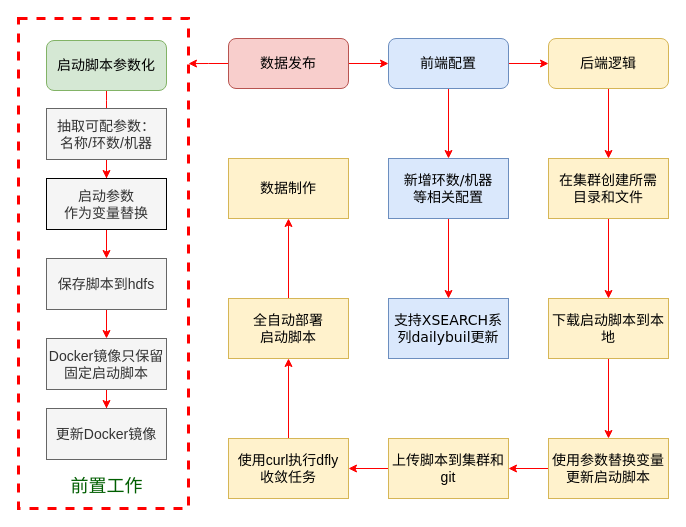
Mengqi777/drawioproject keeps this draw.io diagram as ozone/databuildframeworkDiagram.drawio. Above is the earlier version. Source tidied: cells renumbered, new cells numbered last; positions are measured from the earlier drawing's top-left corner, leaving out a move shared by most shapes. Both pictures are drawn from the tidied source at 100%, with x=0, y=0 at pixel (18, 18).
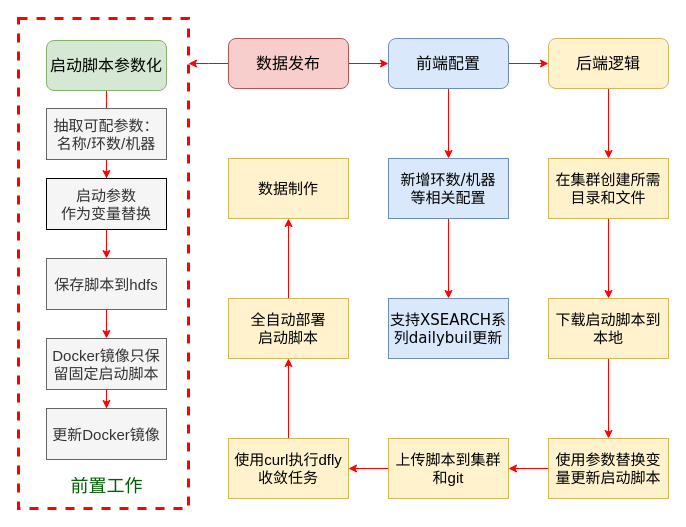
The same diagram, later.

Diff of the diagram source:
```diff
@@
-<mxGraphModel background="#ffffff">
+<mxGraphModel>
@@
-    <mxCell id="2" style="rounded=0;whiteSpace=wrap;html=1;fillColor=none;strokeColor=#FF0000;dashed=1;strokeWidth=3;fontSize=14;" parent="1" vertex="1">
+    <mxCell id="2" style="rounded=0;whiteSpace=wrap;html=1;fillColor=none;strokeColor=#FF0000;dashed=1;strokeWidth=3;fontSize=16;" parent="1" vertex="1">
       <mxGeometry width="170" height="490" as="geometry" />
     </mxCell>
-    <mxCell id="3" style="edgeStyle=orthogonalEdgeStyle;rounded=1;html=1;labelBackgroundColor=none;startArrow=none;startFill=0;startSize=5;endArrow=classicThin;endFill=1;endSize=5;jettySize=auto;strokeWidth=1;fontFamily=Verdana;fontSize=14;strokeColor=#FF0000;" parent="1" edge="1" source="4">
+    <mxCell id="3" style="edgeStyle=orthogonalEdgeStyle;rounded=1;html=1;labelBackgroundColor=none;startArrow=none;startFill=0;startSize=5;endArrow=classicThin;endFill=1;endSize=5;jettySize=auto;strokeWidth=1;fontFamily=Verdana;fontSize=16;strokeColor=#FF0000;" parent="1" edge="1" source="4">
       <mxGeometry relative="1" as="geometry">
         <mxPoint x="88" y="90" as="targetPoint" />
       </mxGeometry>
     </mxCell>
-    <mxCell id="4" value="启动脚本参数化" style="rounded=1;whiteSpace=wrap;html=1;shadow=0;labelBackgroundColor=none;strokeWidth=1;fontFamily=Verdana;fontSize=14;align=center;fillColor=#d5e8d4;strokeColor=#82b366;" parent="1" vertex="1">
+    <mxCell id="4" value="启动脚本参数化" style="rounded=1;whiteSpace=wrap;html=1;shadow=0;labelBackgroundColor=none;strokeWidth=1;fontFamily=Verdana;fontSize=16;align=center;fillColor=#d5e8d4;strokeColor=#82b366;" parent="1" vertex="1">
       <mxGeometry x="28" y="22" width="120" height="50" as="geometry" />
     </mxCell>
-    <mxCell id="5" style="edgeStyle=orthogonalEdgeStyle;rounded=0;jettySize=auto;html=1;exitX=1;exitY=0.5;exitDx=0;exitDy=0;entryX=0;entryY=0.5;entryDx=0;entryDy=0;fontSize=14;strokeColor=#FF0000;" parent="1" edge="1" source="7" target="10">
+    <mxCell id="5" style="edgeStyle=orthogonalEdgeStyle;rounded=0;jettySize=auto;html=1;exitX=1;exitY=0.5;exitDx=0;exitDy=0;entryX=0;entryY=0.5;entryDx=0;entryDy=0;fontSize=16;strokeColor=#FF0000;" parent="1" edge="1" source="7" target="10">
       <mxGeometry relative="1" as="geometry" />
     </mxCell>
-    <mxCell id="6" style="edgeStyle=orthogonalEdgeStyle;rounded=0;jettySize=auto;html=1;exitX=0;exitY=0.5;exitDx=0;exitDy=0;entryX=1;entryY=0.092;entryDx=0;entryDy=0;entryPerimeter=0;fontSize=18;strokeColor=#FF0000;" parent="1" edge="1" source="7" target="2">
+    <mxCell id="6" style="edgeStyle=orthogonalEdgeStyle;rounded=0;jettySize=auto;html=1;exitX=0;exitY=0.5;exitDx=0;exitDy=0;entryX=1;entryY=0.092;entryDx=0;entryDy=0;entryPerimeter=0;fontSize=16;strokeColor=#FF0000;" parent="1" edge="1" source="7" target="2">
       <mxGeometry relative="1" as="geometry" />
     </mxCell>
-    <mxCell id="7" value="数据发布" style="rounded=1;whiteSpace=wrap;html=1;shadow=0;labelBackgroundColor=none;strokeWidth=1;fontFamily=Verdana;fontSize=14;align=center;fillColor=#f8cecc;strokeColor=#b85450;" parent="1" vertex="1">
+    <mxCell id="7" value="数据发布" style="rounded=1;whiteSpace=wrap;html=1;shadow=0;labelBackgroundColor=none;strokeWidth=1;fontFamily=Verdana;fontSize=16;align=center;fillColor=#f8cecc;strokeColor=#b85450;" parent="1" vertex="1">
       <mxGeometry x="210" y="20" width="120" height="50" as="geometry" />
     </mxCell>
-    <mxCell id="8" style="edgeStyle=orthogonalEdgeStyle;rounded=0;jettySize=auto;html=1;fontSize=14;strokeColor=#FF0000;" parent="1" edge="1" source="10" target="22">
+    <mxCell id="8" style="edgeStyle=orthogonalEdgeStyle;rounded=0;jettySize=auto;html=1;fontSize=16;strokeColor=#FF0000;" parent="1" edge="1" source="10" target="22">
       <mxGeometry relative="1" as="geometry" />
     </mxCell>
-    <mxCell id="9" style="edgeStyle=orthogonalEdgeStyle;rounded=0;jettySize=auto;html=1;fontSize=14;strokeColor=#FF0000;" parent="1" edge="1" source="10" target="24">
+    <mxCell id="9" style="edgeStyle=orthogonalEdgeStyle;rounded=0;jettySize=auto;html=1;fontSize=16;strokeColor=#FF0000;" parent="1" edge="1" source="10" target="24">
       <mxGeometry relative="1" as="geometry" />
     </mxCell>
-    <mxCell id="10" value="前端配置" style="rounded=1;whiteSpace=wrap;html=1;shadow=0;labelBackgroundColor=none;strokeWidth=1;fontFamily=Verdana;fontSize=14;align=center;fillColor=#dae8fc;strokeColor=#6c8ebf;" parent="1" vertex="1">
+    <mxCell id="10" value="前端配置" style="rounded=1;whiteSpace=wrap;html=1;shadow=0;labelBackgroundColor=none;strokeWidth=1;fontFamily=Verdana;fontSize=16;align=center;fillColor=#dae8fc;strokeColor=#6c8ebf;" parent="1" vertex="1">
       <mxGeometry x="370" y="20" width="120" height="50" as="geometry" />
     </mxCell>
-    <mxCell id="11" style="edgeStyle=orthogonalEdgeStyle;rounded=0;jettySize=auto;html=1;fontSize=14;strokeColor=#FF0000;" parent="1" edge="1" source="12" target="14">
+    <mxCell id="11" style="edgeStyle=orthogonalEdgeStyle;rounded=0;jettySize=auto;html=1;fontSize=15;strokeColor=#FF0000;" parent="1" edge="1" source="12" target="14">
       <mxGeometry relative="1" as="geometry" />
     </mxCell>
-    <mxCell id="12" value="抽取可配参数：&lt;br style=&quot;font-size: 14px;&quot;&gt;名称/环数/机器" style="rounded=0;whiteSpace=wrap;html=1;fontSize=14;fillColor=#f5f5f5;strokeColor=#666666;fontColor=#333333;" parent="1" vertex="1">
+    <mxCell id="12" value="抽取可配参数：&lt;br style=&quot;font-size: 15px;&quot;&gt;名称/环数/机器" style="rounded=0;whiteSpace=wrap;html=1;fontSize=15;fillColor=#f5f5f5;strokeColor=#666666;fontColor=#333333;" parent="1" vertex="1">
       <mxGeometry x="28" y="90" width="120" height="51" as="geometry" />
     </mxCell>
-    <mxCell id="13" style="edgeStyle=orthogonalEdgeStyle;rounded=0;jettySize=auto;html=1;fontSize=14;strokeColor=#FF0000;" parent="1" edge="1" source="14" target="16">
+    <mxCell id="13" style="edgeStyle=orthogonalEdgeStyle;rounded=0;jettySize=auto;html=1;fontSize=15;strokeColor=#FF0000;" parent="1" edge="1" source="14" target="16">
       <mxGeometry relative="1" as="geometry" />
     </mxCell>
-    <mxCell id="14" value="启动参数&lt;br style=&quot;font-size: 14px;&quot;&gt;作为变量替换" style="rounded=0;whiteSpace=wrap;html=1;fontSize=14;fillColor=#f5f5f5;fontColor=#333333;" parent="1" vertex="1">
+    <mxCell id="14" value="启动参数&lt;br style=&quot;font-size: 15px;&quot;&gt;作为变量替换" style="rounded=0;whiteSpace=wrap;html=1;fontSize=15;fillColor=#f5f5f5;fontColor=#333333;" parent="1" vertex="1">
       <mxGeometry x="28" y="160" width="120" height="51" as="geometry" />
     </mxCell>
-    <mxCell id="15" style="edgeStyle=orthogonalEdgeStyle;rounded=0;jettySize=auto;html=1;fontSize=14;strokeColor=#FF0000;" parent="1" edge="1" source="16" target="18">
+    <mxCell id="15" style="edgeStyle=orthogonalEdgeStyle;rounded=0;jettySize=auto;html=1;fontSize=15;strokeColor=#FF0000;" parent="1" edge="1" source="16" target="18">
       <mxGeometry relative="1" as="geometry" />
     </mxCell>
-    <mxCell id="16" value="保存脚本到hdfs" style="rounded=0;whiteSpace=wrap;html=1;fontSize=14;fillColor=#f5f5f5;strokeColor=#666666;fontColor=#333333;" parent="1" vertex="1">
+    <mxCell id="16" value="保存脚本到hdfs" style="rounded=0;whiteSpace=wrap;html=1;fontSize=15;fillColor=#f5f5f5;strokeColor=#666666;fontColor=#333333;" parent="1" vertex="1">
       <mxGeometry x="28" y="240" width="120" height="51" as="geometry" />
     </mxCell>
-    <mxCell id="17" style="edgeStyle=orthogonalEdgeStyle;rounded=0;jettySize=auto;html=1;fontSize=14;strokeColor=#FF0000;" parent="1" edge="1" source="18" target="19">
+    <mxCell id="17" style="edgeStyle=orthogonalEdgeStyle;rounded=0;jettySize=auto;html=1;fontSize=15;strokeColor=#FF0000;" parent="1" edge="1" source="18" target="19">
       <mxGeometry relative="1" as="geometry" />
     </mxCell>
-    <mxCell id="18" value="Docker镜像只保留&lt;br style=&quot;font-size: 14px;&quot;&gt;固定启动脚本" style="rounded=0;whiteSpace=wrap;html=1;fontSize=14;fillColor=#f5f5f5;strokeColor=#666666;fontColor=#333333;" parent="1" vertex="1">
+    <mxCell id="18" value="Docker镜像只保留固定启动脚本" style="rounded=0;whiteSpace=wrap;html=1;fontSize=15;fillColor=#f5f5f5;strokeColor=#666666;fontColor=#333333;" parent="1" vertex="1">
       <mxGeometry x="28" y="320" width="120" height="51" as="geometry" />
     </mxCell>
-    <mxCell id="19" value="更新Docker镜像" style="rounded=0;whiteSpace=wrap;html=1;fontSize=14;fillColor=#f5f5f5;strokeColor=#666666;fontColor=#333333;" parent="1" vertex="1">
+    <mxCell id="19" value="更新Docker镜像" style="rounded=0;whiteSpace=wrap;html=1;fontSize=15;fillColor=#f5f5f5;strokeColor=#666666;fontColor=#333333;" parent="1" vertex="1">
       <mxGeometry x="28" y="390" width="120" height="51" as="geometry" />
     </mxCell>
@@
-    <mxCell id="21" style="edgeStyle=orthogonalEdgeStyle;rounded=0;jettySize=auto;html=1;fontSize=14;strokeColor=#FF0000;" parent="1" edge="1" source="22" target="25">
+    <mxCell id="21" style="edgeStyle=orthogonalEdgeStyle;rounded=0;jettySize=auto;html=1;fontSize=15;strokeColor=#FF0000;" parent="1" edge="1" source="22" target="25">
       <mxGeometry relative="1" as="geometry" />
     </mxCell>
-    <mxCell id="22" value="新增环数/机器&lt;br style=&quot;font-size: 14px;&quot;&gt;等相关配置" style="rounded=0;whiteSpace=wrap;html=1;shadow=0;labelBackgroundColor=none;strokeWidth=1;fontFamily=Verdana;fontSize=14;align=center;fillColor=#dae8fc;strokeColor=#6c8ebf;" parent="1" vertex="1">
+    <mxCell id="22" value="新增环数/机器&lt;br style=&quot;font-size: 15px;&quot;&gt;等相关配置" style="rounded=0;whiteSpace=wrap;html=1;shadow=0;labelBackgroundColor=none;strokeWidth=1;fontFamily=Verdana;fontSize=15;align=center;fillColor=#dae8fc;strokeColor=#6c8ebf;" parent="1" vertex="1">
       <mxGeometry x="370" y="140" width="120" height="60" as="geometry" />
     </mxCell>
-    <mxCell id="23" style="edgeStyle=orthogonalEdgeStyle;rounded=0;jettySize=auto;html=1;exitX=0.5;exitY=1;exitDx=0;exitDy=0;fontSize=14;strokeColor=#FF0000;" parent="1" edge="1" source="24" target="27">
+    <mxCell id="23" style="edgeStyle=orthogonalEdgeStyle;rounded=0;jettySize=auto;html=1;exitX=0.5;exitY=1;exitDx=0;exitDy=0;fontSize=16;strokeColor=#FF0000;" parent="1" edge="1" source="24" target="27">
       <mxGeometry relative="1" as="geometry" />
     </mxCell>
-    <mxCell id="24" value="后端逻辑" style="rounded=1;whiteSpace=wrap;html=1;shadow=0;labelBackgroundColor=none;strokeWidth=1;fontFamily=Verdana;fontSize=14;align=center;fillColor=#fff2cc;strokeColor=#d6b656;" parent="1" vertex="1">
+    <mxCell id="24" value="后端逻辑" style="rounded=1;whiteSpace=wrap;html=1;shadow=0;labelBackgroundColor=none;strokeWidth=1;fontFamily=Verdana;fontSize=16;align=center;fillColor=#fff2cc;strokeColor=#d6b656;" parent="1" vertex="1">
       <mxGeometry x="530" y="20" width="120" height="50" as="geometry" />
     </mxCell>
-    <mxCell id="25" value="支持XSEARCH系列dailybuil更新" style="rounded=0;whiteSpace=wrap;html=1;shadow=0;labelBackgroundColor=none;strokeWidth=1;fontFamily=Verdana;fontSize=14;align=center;fillColor=#dae8fc;strokeColor=#6c8ebf;" parent="1" vertex="1">
+    <mxCell id="25" value="支持XSEARCH系列dailybuil更新" style="rounded=0;whiteSpace=wrap;html=1;shadow=0;labelBackgroundColor=none;strokeWidth=1;fontFamily=Verdana;fontSize=15;align=center;fillColor=#dae8fc;strokeColor=#6c8ebf;" parent="1" vertex="1">
       <mxGeometry x="370" y="280" width="120" height="60" as="geometry" />
     </mxCell>
-    <mxCell id="26" style="edgeStyle=orthogonalEdgeStyle;rounded=0;jettySize=auto;html=1;fontSize=14;strokeColor=#FF0000;" parent="1" edge="1" source="27" target="29">
+    <mxCell id="26" style="edgeStyle=orthogonalEdgeStyle;rounded=0;jettySize=auto;html=1;fontSize=15;strokeColor=#FF0000;" parent="1" edge="1" source="27" target="29">
       <mxGeometry relative="1" as="geometry" />
     </mxCell>
-    <mxCell id="27" value="在集群创建所需&lt;br style=&quot;font-size: 14px;&quot;&gt;目录和文件" style="rounded=0;whiteSpace=wrap;html=1;fontSize=14;fillColor=#fff2cc;strokeColor=#d6b656;" parent="1" vertex="1">
+    <mxCell id="27" value="在集群创建所需&lt;br style=&quot;font-size: 15px;&quot;&gt;目录和文件" style="rounded=0;whiteSpace=wrap;html=1;fontSize=15;fillColor=#fff2cc;strokeColor=#d6b656;" parent="1" vertex="1">
       <mxGeometry x="530" y="140" width="120" height="60" as="geometry" />
     </mxCell>
-    <mxCell id="28" style="edgeStyle=orthogonalEdgeStyle;rounded=0;jettySize=auto;html=1;fontSize=14;strokeColor=#FF0000;" parent="1" edge="1" source="29" target="31">
+    <mxCell id="28" style="edgeStyle=orthogonalEdgeStyle;rounded=0;jettySize=auto;html=1;fontSize=15;strokeColor=#FF0000;" parent="1" edge="1" source="29" target="31">
       <mxGeometry relative="1" as="geometry" />
     </mxCell>
-    <mxCell id="29" value="下载启动脚本到本地" style="rounded=0;whiteSpace=wrap;html=1;fontSize=14;fillColor=#fff2cc;strokeColor=#d6b656;" parent="1" vertex="1">
+    <mxCell id="29" value="下载启动脚本到本地" style="rounded=0;whiteSpace=wrap;html=1;fontSize=15;fillColor=#fff2cc;strokeColor=#d6b656;" parent="1" vertex="1">
       <mxGeometry x="530" y="280" width="120" height="60" as="geometry" />
     </mxCell>
-    <mxCell id="30" style="edgeStyle=orthogonalEdgeStyle;rounded=0;jettySize=auto;html=1;fontSize=14;strokeColor=#FF0000;" parent="1" edge="1" source="31" target="33">
+    <mxCell id="30" style="edgeStyle=orthogonalEdgeStyle;rounded=0;jettySize=auto;html=1;fontSize=15;strokeColor=#FF0000;" parent="1" edge="1" source="31" target="33">
       <mxGeometry relative="1" as="geometry" />
     </mxCell>
-    <mxCell id="31" value="使用参数替换变量更新启动脚本" style="rounded=0;whiteSpace=wrap;html=1;fontSize=14;fillColor=#fff2cc;strokeColor=#d6b656;" parent="1" vertex="1">
+    <mxCell id="31" value="使用参数替换变量更新启动脚本" style="rounded=0;whiteSpace=wrap;html=1;fontSize=15;fillColor=#fff2cc;strokeColor=#d6b656;" parent="1" vertex="1">
       <mxGeometry x="530" y="420" width="120" height="60" as="geometry" />
     </mxCell>
-    <mxCell id="32" style="edgeStyle=orthogonalEdgeStyle;rounded=0;jettySize=auto;html=1;fontSize=14;strokeColor=#FF0000;" parent="1" edge="1" source="33" target="35">
+    <mxCell id="32" style="edgeStyle=orthogonalEdgeStyle;rounded=0;jettySize=auto;html=1;fontSize=15;strokeColor=#FF0000;" parent="1" edge="1" source="33" target="35">
       <mxGeometry relative="1" as="geometry" />
     </mxCell>
-    <mxCell id="33" value="上传脚本到集群和git" style="rounded=0;whiteSpace=wrap;html=1;fontSize=14;fillColor=#fff2cc;strokeColor=#d6b656;" parent="1" vertex="1">
+    <mxCell id="33" value="上传脚本到集群和git" style="rounded=0;whiteSpace=wrap;html=1;fontSize=15;fillColor=#fff2cc;strokeColor=#d6b656;" parent="1" vertex="1">
       <mxGeometry x="370" y="420" width="120" height="60" as="geometry" />
     </mxCell>
-    <mxCell id="34" style="edgeStyle=orthogonalEdgeStyle;rounded=0;jettySize=auto;html=1;fontSize=14;strokeColor=#FF0000;" parent="1" edge="1" source="35" target="37">
+    <mxCell id="34" style="edgeStyle=orthogonalEdgeStyle;rounded=0;jettySize=auto;html=1;fontSize=15;strokeColor=#FF0000;" parent="1" edge="1" source="35" target="37">
       <mxGeometry relative="1" as="geometry" />
     </mxCell>
-    <mxCell id="35" value="使用curl执行dfly&lt;br style=&quot;font-size: 14px;&quot;&gt;收敛任务" style="rounded=0;whiteSpace=wrap;html=1;fontSize=14;fillColor=#fff2cc;strokeColor=#d6b656;" parent="1" vertex="1">
+    <mxCell id="35" value="使用curl执行dfly&lt;br style=&quot;font-size: 15px;&quot;&gt;收敛任务" style="rounded=0;whiteSpace=wrap;html=1;fontSize=15;fillColor=#fff2cc;strokeColor=#d6b656;" parent="1" vertex="1">
       <mxGeometry x="210" y="420" width="120" height="60" as="geometry" />
     </mxCell>
-    <mxCell id="36" style="edgeStyle=orthogonalEdgeStyle;rounded=0;jettySize=auto;html=1;fontSize=14;strokeColor=#FF0000;" parent="1" edge="1" source="37" target="38">
+    <mxCell id="36" style="edgeStyle=orthogonalEdgeStyle;rounded=0;jettySize=auto;html=1;fontSize=15;strokeColor=#FF0000;" parent="1" edge="1" source="37" target="38">
       <mxGeometry relative="1" as="geometry" />
     </mxCell>
-    <mxCell id="37" value="全自动部署&lt;br&gt;启动脚本" style="rounded=0;whiteSpace=wrap;html=1;fontSize=14;fillColor=#fff2cc;strokeColor=#d6b656;" parent="1" vertex="1">
+    <mxCell id="37" value="全自动部署&lt;br style=&quot;font-size: 15px;&quot;&gt;启动脚本" style="rounded=0;whiteSpace=wrap;html=1;fontSize=15;fillColor=#fff2cc;strokeColor=#d6b656;" parent="1" vertex="1">
       <mxGeometry x="210" y="280" width="120" height="60" as="geometry" />
     </mxCell>
-    <mxCell id="38" value="数据制作" style="rounded=0;whiteSpace=wrap;html=1;fontSize=14;fillColor=#fff2cc;strokeColor=#d6b656;" parent="1" vertex="1">
+    <mxCell id="38" value="数据制作" style="rounded=0;whiteSpace=wrap;html=1;fontSize=15;fillColor=#fff2cc;strokeColor=#d6b656;" parent="1" vertex="1">
       <mxGeometry x="210" y="140" width="120" height="60" as="geometry" />
     </mxCell>
```
